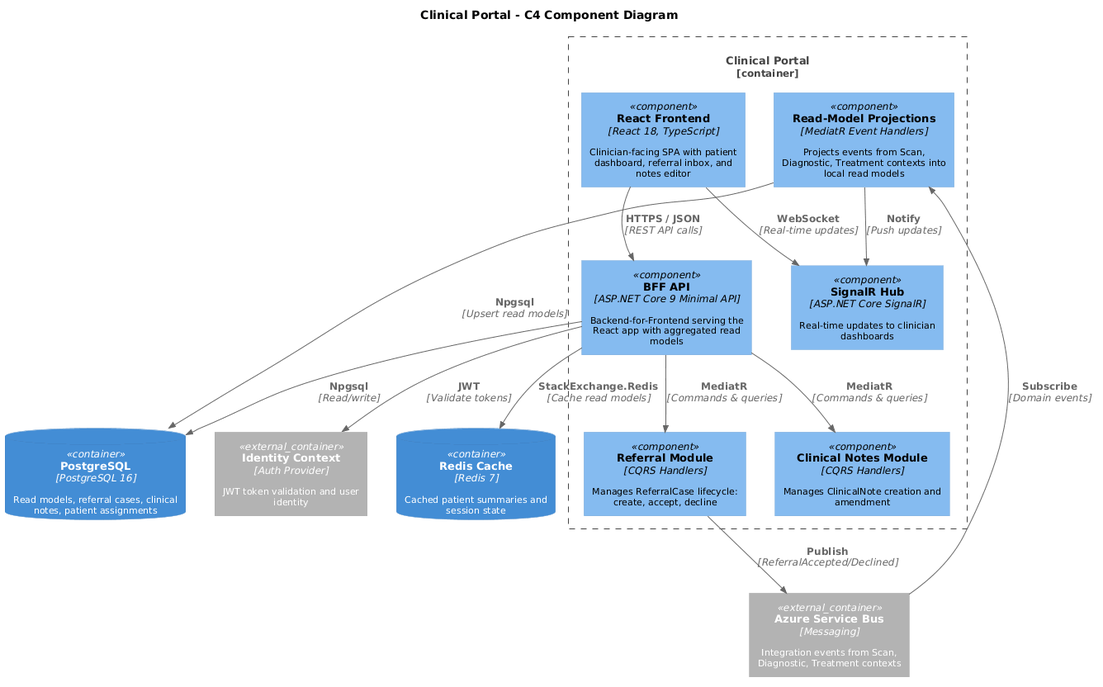
Earlier version of the PlantUML export docs/detailed-design/08-clinical-portal/c4-component.png (QuinntyneBrown/ClearEyeQ). The source it was exported from:
```plantuml
@startuml
skinparam defaultFontSize 11

!include <C4/C4_Component>

title Clinical Portal - C4 Component Diagram

Container_Boundary(portal, "Clinical Portal") {

    Component(react, "React Frontend", "React 18, TypeScript", "Clinician-facing SPA with patient dashboard, referral inbox, and notes editor")

    Component(bff, "BFF API", "ASP.NET Core 9 Minimal API", "Backend-for-Frontend serving the React app with aggregated read models")

    Component(projections, "Read-Model Projections", "MediatR Event Handlers", "Projects events from Scan, Diagnostic, Treatment contexts into local read models")

    Component(referralModule, "Referral Module", "CQRS Handlers", "Manages ReferralCase lifecycle: create, accept, decline")

    Component(notesModule, "Clinical Notes Module", "CQRS Handlers", "Manages ClinicalNote creation and amendment")

    Component(signalrHub, "SignalR Hub", "ASP.NET Core SignalR", "Real-time updates to clinician dashboards")
}

ContainerDb(postgres, "PostgreSQL", "PostgreSQL 16", "Read models, referral cases, clinical notes, patient assignments")

ContainerDb(redis, "Redis Cache", "Redis 7", "Cached patient summaries and session state")

Container_Ext(serviceBus, "Azure Service Bus", "Messaging", "Integration events from Scan, Diagnostic, Treatment contexts")

Container_Ext(identityCtx, "Identity Context", "Auth Provider", "JWT token validation and user identity")

Rel(react, bff, "HTTPS / JSON", "REST API calls")
Rel(react, signalrHub, "WebSocket", "Real-time updates")
Rel(bff, referralModule, "MediatR", "Commands & queries")
Rel(bff, notesModule, "MediatR", "Commands & queries")
Rel(bff, postgres, "Npgsql", "Read/write")
Rel(bff, redis, "StackExchange.Redis", "Cache read models")
Rel(serviceBus, projections, "Subscribe", "Domain events")
Rel(projections, postgres, "Npgsql", "Upsert read models")
Rel(projections, signalrHub, "Notify", "Push updates")
Rel(referralModule, serviceBus, "Publish", "ReferralAccepted/Declined")
Rel(bff, identityCtx, "JWT", "Validate tokens")
@enduml
```
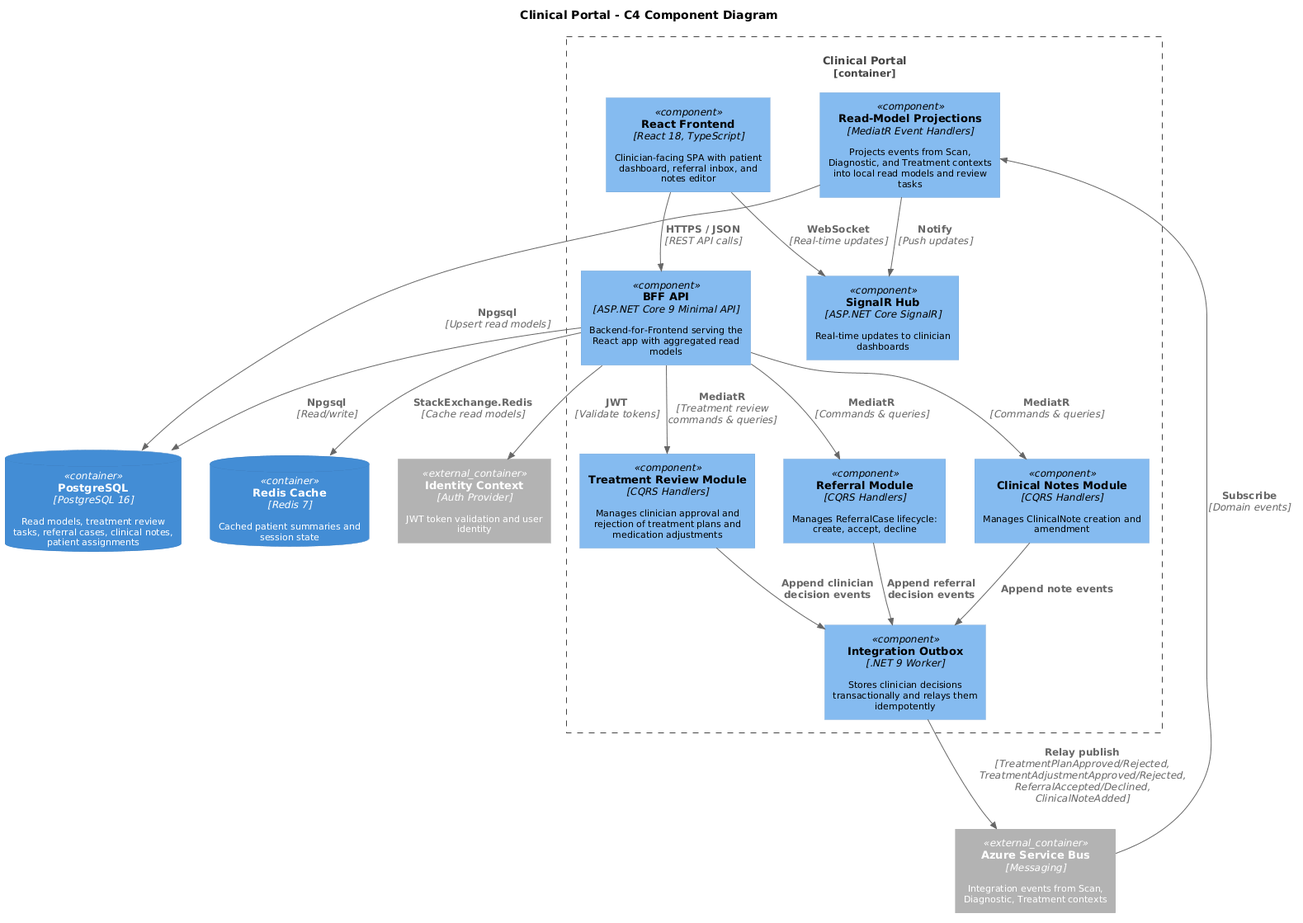
The same diagram one commit later.

What changed in the source:
```diff
@@ -11,16 +11,20 @@
 
     Component(bff, "BFF API", "ASP.NET Core 9 Minimal API", "Backend-for-Frontend serving the React app with aggregated read models")
 
-    Component(projections, "Read-Model Projections", "MediatR Event Handlers", "Projects events from Scan, Diagnostic, Treatment contexts into local read models")
+    Component(projections, "Read-Model Projections", "MediatR Event Handlers", "Projects events from Scan, Diagnostic, and Treatment contexts into local read models and review tasks")
+
+    Component(reviewModule, "Treatment Review Module", "CQRS Handlers", "Manages clinician approval and rejection of treatment plans and medication adjustments")
 
     Component(referralModule, "Referral Module", "CQRS Handlers", "Manages ReferralCase lifecycle: create, accept, decline")
 
     Component(notesModule, "Clinical Notes Module", "CQRS Handlers", "Manages ClinicalNote creation and amendment")
 
     Component(signalrHub, "SignalR Hub", "ASP.NET Core SignalR", "Real-time updates to clinician dashboards")
+
+    Component(outbox, "Integration Outbox", ".NET 9 Worker", "Stores clinician decisions transactionally and relays them idempotently")
 }
 
-ContainerDb(postgres, "PostgreSQL", "PostgreSQL 16", "Read models, referral cases, clinical notes, patient assignments")
+ContainerDb(postgres, "PostgreSQL", "PostgreSQL 16", "Read models, treatment review tasks, referral cases, clinical notes, patient assignments")
 
 ContainerDb(redis, "Redis Cache", "Redis 7", "Cached patient summaries and session state")
 
@@ -30,6 +34,7 @@
 
 Rel(react, bff, "HTTPS / JSON", "REST API calls")
 Rel(react, signalrHub, "WebSocket", "Real-time updates")
+Rel(bff, reviewModule, "MediatR", "Treatment review commands & queries")
 Rel(bff, referralModule, "MediatR", "Commands & queries")
 Rel(bff, notesModule, "MediatR", "Commands & queries")
 Rel(bff, postgres, "Npgsql", "Read/write")
@@ -37,6 +42,9 @@
 Rel(serviceBus, projections, "Subscribe", "Domain events")
 Rel(projections, postgres, "Npgsql", "Upsert read models")
 Rel(projections, signalrHub, "Notify", "Push updates")
-Rel(referralModule, serviceBus, "Publish", "ReferralAccepted/Declined")
+Rel(reviewModule, outbox, "Append clinician\ndecision events")
+Rel(referralModule, outbox, "Append referral\ndecision events")
+Rel(notesModule, outbox, "Append note events")
+Rel(outbox, serviceBus, "Relay publish", "TreatmentPlanApproved/Rejected,\nTreatmentAdjustmentApproved/Rejected,\nReferralAccepted/Declined,\nClinicalNoteAdded")
 Rel(bff, identityCtx, "JWT", "Validate tokens")
 @enduml
```
